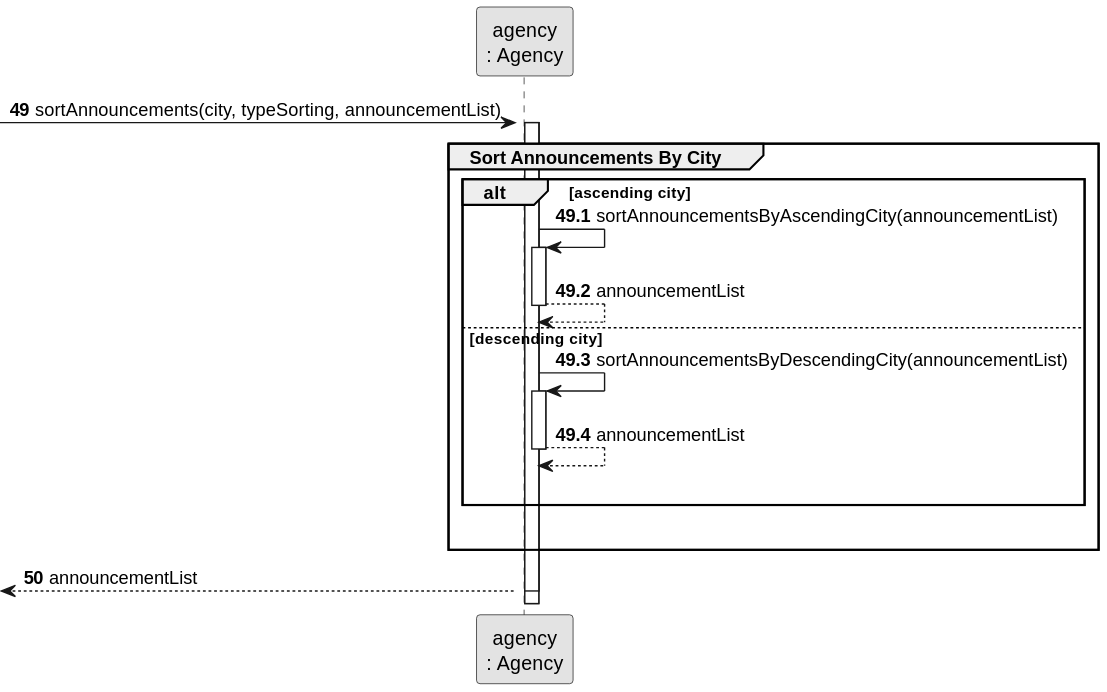
The PlantUML diagram docs/sprintB/us001/03.design/svg/us001-sequence-diagram-partial-sort-announcements-by-city.svg in rita-barbosa/LAPR2-2223, before a commit.
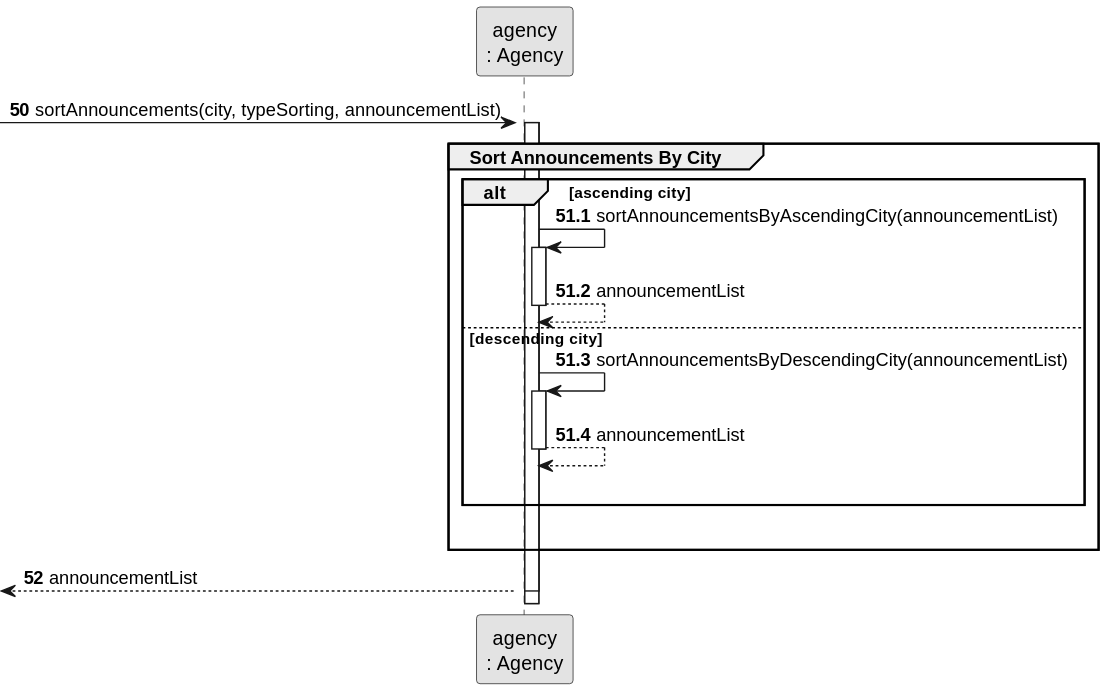
After the change.

Diff of the diagram source:
```diff
@@ -5,11 +5,11 @@
 
 participant "agency\n: Agency" as AGENCY
 
-autonumber 49
+autonumber 50
 -> AGENCY : sortAnnouncements(city, typeSorting, announcementList)
 activate AGENCY
 
-autonumber 49.1
+autonumber 51.1
 activate AGENCY
     group Sort Announcements By City
 
@@ -34,7 +34,7 @@
     |||
     end
 
-    autonumber 50
+    autonumber 52
 
     <-- AGENCY : announcementList
 deactivate AGENCY
```
